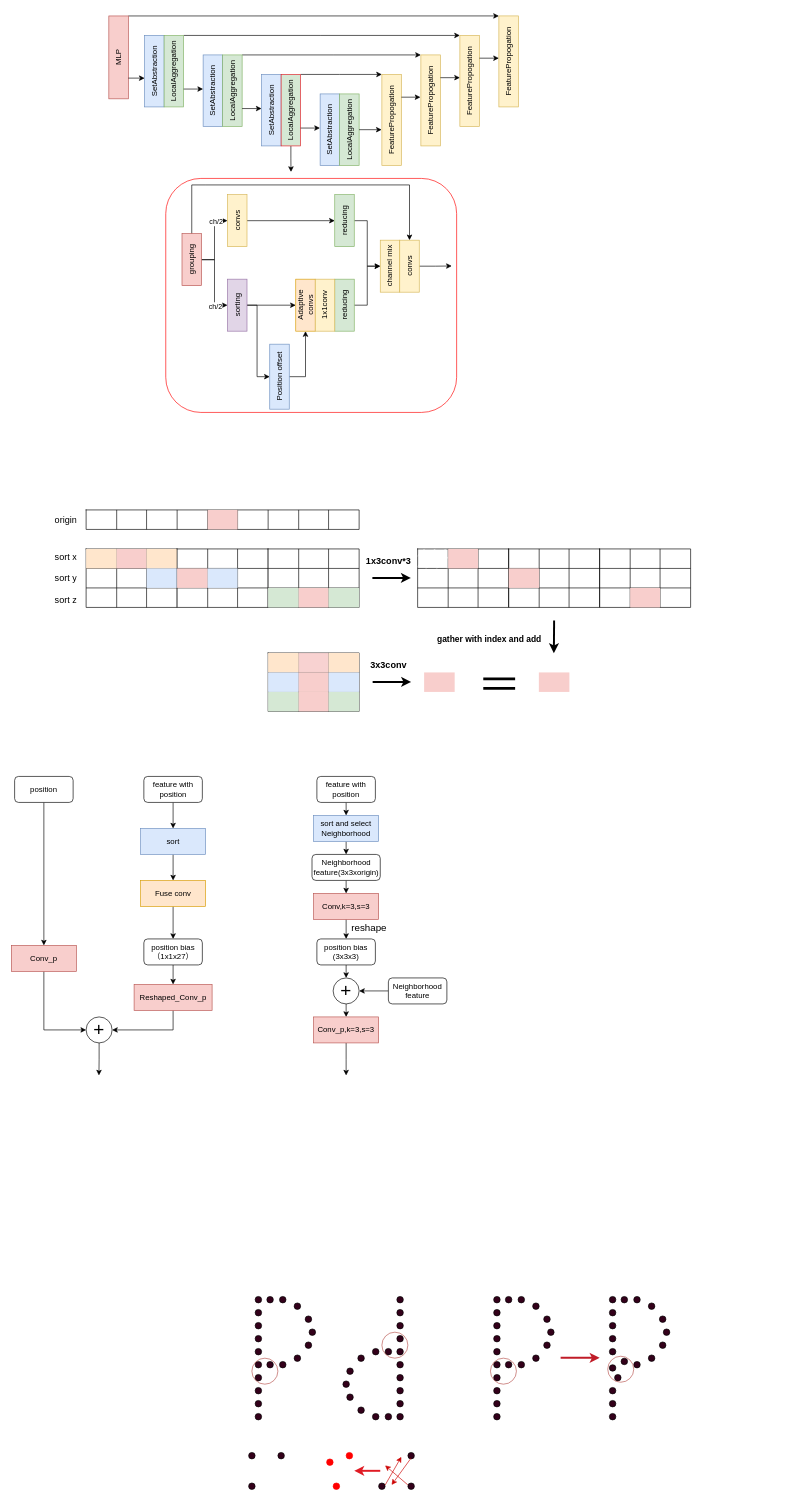
Earlier version of the draw.io diagram 未命名绘图.drawio (peajelly/test8). Source tidied: cells renumbered, new cells numbered last; positions are measured from the earlier drawing's top-left corner, leaving out a move shared by most shapes. Both pictures are drawn from the tidied source at 65%, with x=0, y=0 at pixel (11, 16).
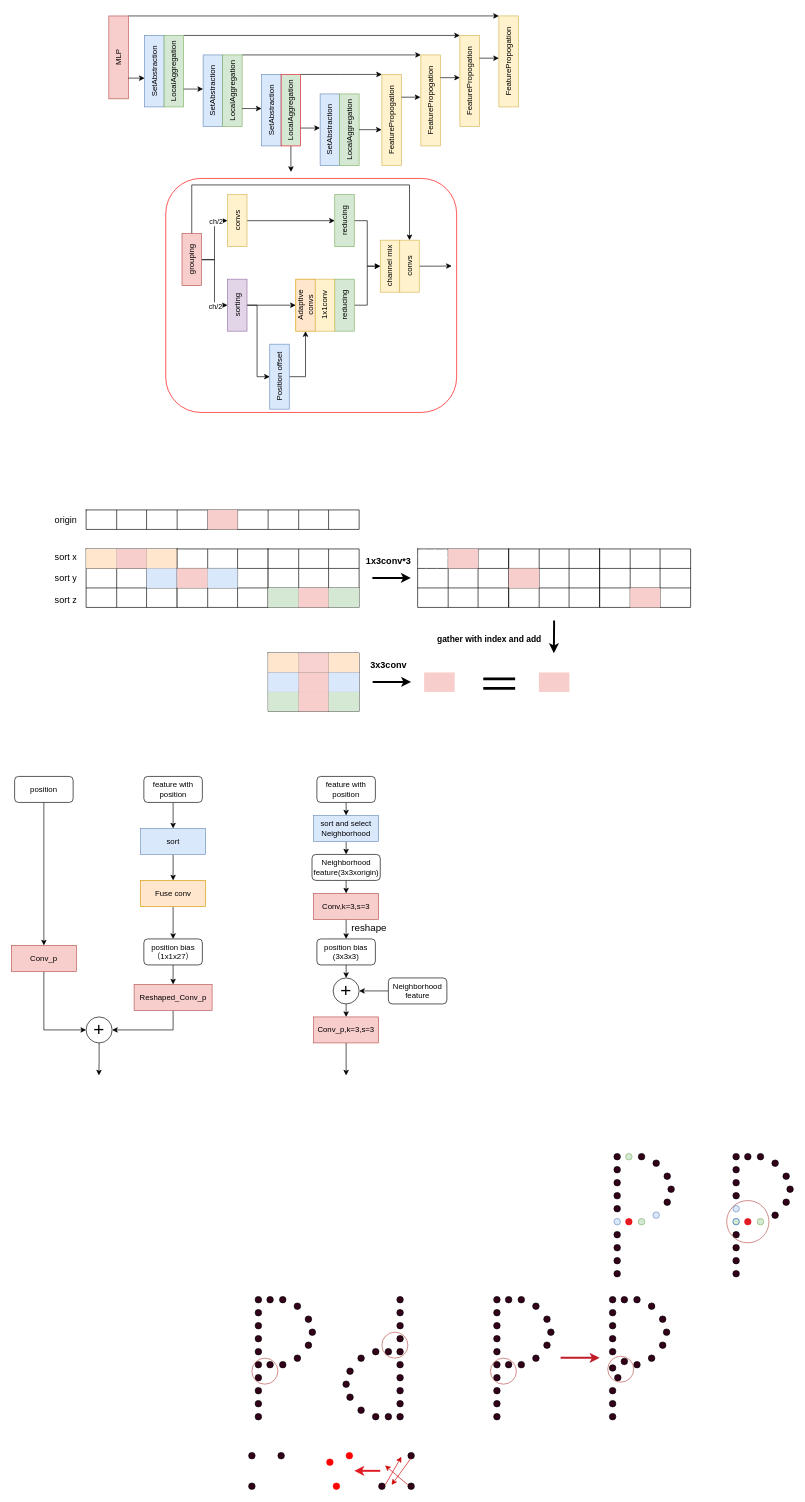
After the change.

Commit message:
更新未命名绘图.drawio

Change to the diagram source:
```diff
@@
+    <mxCell id="296" style="ellipse;whiteSpace=wrap;html=1;fillColor=#33001A;" parent="1" vertex="1">
+      <mxGeometry x="1110" y="1750" width="10" height="10" as="geometry" />
+    </mxCell>
+    <mxCell id="297" style="ellipse;whiteSpace=wrap;html=1;fillColor=#33001A;" parent="1" vertex="1">
+      <mxGeometry x="1110" y="1770" width="10" height="10" as="geometry" />
+    </mxCell>
+    <mxCell id="298" style="ellipse;whiteSpace=wrap;html=1;fillColor=#33001A;" parent="1" vertex="1">
+      <mxGeometry x="1110" y="1790" width="10" height="10" as="geometry" />
+    </mxCell>
+    <mxCell id="299" style="ellipse;whiteSpace=wrap;html=1;fillColor=#33001A;" parent="1" vertex="1">
+      <mxGeometry x="1110" y="1810" width="10" height="10" as="geometry" />
+    </mxCell>
+    <mxCell id="300" style="ellipse;whiteSpace=wrap;html=1;fillColor=#dae8fc;strokeColor=#6c8ebf;" parent="1" vertex="1">
+      <mxGeometry x="1110" y="1830" width="10" height="10" as="geometry" />
+    </mxCell>
+    <mxCell id="301" style="ellipse;whiteSpace=wrap;html=1;fillColor=#d5e8d4;strokeColor=#1a5fb4;" parent="1" vertex="1">
+      <mxGeometry x="1110" y="1850" width="10" height="10" as="geometry" />
+    </mxCell>
+    <mxCell id="302" style="ellipse;whiteSpace=wrap;html=1;fillColor=#33001A;" parent="1" vertex="1">
+      <mxGeometry x="1110" y="1870" width="10" height="10" as="geometry" />
+    </mxCell>
+    <mxCell id="303" style="ellipse;whiteSpace=wrap;html=1;fillColor=#33001A;" parent="1" vertex="1">
+      <mxGeometry x="1110" y="1890" width="10" height="10" as="geometry" />
+    </mxCell>
+    <mxCell id="304" style="ellipse;whiteSpace=wrap;html=1;fillColor=#33001A;" parent="1" vertex="1">
+      <mxGeometry x="1110" y="1910" width="10" height="10" as="geometry" />
+    </mxCell>
+    <mxCell id="305" style="ellipse;whiteSpace=wrap;html=1;fillColor=#33001A;" parent="1" vertex="1">
+      <mxGeometry x="1147.5" y="1750" width="10" height="10" as="geometry" />
+    </mxCell>
+    <mxCell id="306" style="ellipse;whiteSpace=wrap;html=1;fillColor=#33001A;" parent="1" vertex="1">
+      <mxGeometry x="1170" y="1760" width="10" height="10" as="geometry" />
+    </mxCell>
+    <mxCell id="307" style="ellipse;whiteSpace=wrap;html=1;fillColor=#33001A;" parent="1" vertex="1">
+      <mxGeometry x="1187" y="1780" width="10" height="10" as="geometry" />
+    </mxCell>
+    <mxCell id="308" style="ellipse;whiteSpace=wrap;html=1;fillColor=#33001A;" parent="1" vertex="1">
+      <mxGeometry x="1193" y="1800" width="10" height="10" as="geometry" />
+    </mxCell>
+    <mxCell id="309" style="ellipse;whiteSpace=wrap;html=1;fillColor=#33001A;" parent="1" vertex="1">
+      <mxGeometry x="1187" y="1820" width="10" height="10" as="geometry" />
+    </mxCell>
+    <mxCell id="310" style="ellipse;whiteSpace=wrap;html=1;fillColor=#33001A;" parent="1" vertex="1">
+      <mxGeometry x="1170" y="1840" width="10" height="10" as="geometry" />
+    </mxCell>
+    <mxCell id="311" style="ellipse;whiteSpace=wrap;html=1;fillColor=#d5e8d4;strokeColor=#82b366;" parent="1" vertex="1">
+      <mxGeometry x="1147.5" y="1850" width="10" height="10" as="geometry" />
+    </mxCell>
+    <mxCell id="312" style="ellipse;whiteSpace=wrap;html=1;fillColor=#33001A;" parent="1" vertex="1">
+      <mxGeometry x="1110" y="1930" width="10" height="10" as="geometry" />
+    </mxCell>
+    <mxCell id="313" style="ellipse;whiteSpace=wrap;html=1;fillColor=#e01b24;strokeColor=#e01b24;" parent="1" vertex="1">
+      <mxGeometry x="1128" y="1850" width="10" height="10" as="geometry" />
+    </mxCell>
+    <mxCell id="314" style="ellipse;whiteSpace=wrap;html=1;fillColor=#33001A;" parent="1" vertex="1">
+      <mxGeometry x="1128" y="1750" width="10" height="10" as="geometry" />
+    </mxCell>
+    <mxCell id="315" style="ellipse;whiteSpace=wrap;html=1;fillColor=none;strokeColor=#b85450;" parent="1" vertex="1">
+      <mxGeometry x="1100.5" y="1822.5" width="65" height="65" as="geometry" />
+    </mxCell>
+    <mxCell id="316" style="ellipse;whiteSpace=wrap;html=1;fillColor=#33001A;" parent="1" vertex="1">
+      <mxGeometry x="927" y="1750" width="10" height="10" as="geometry" />
+    </mxCell>
+    <mxCell id="317" style="ellipse;whiteSpace=wrap;html=1;fillColor=#33001A;" parent="1" vertex="1">
+      <mxGeometry x="927" y="1770" width="10" height="10" as="geometry" />
+    </mxCell>
+    <mxCell id="318" style="ellipse;whiteSpace=wrap;html=1;fillColor=#33001A;" parent="1" vertex="1">
+      <mxGeometry x="927" y="1790" width="10" height="10" as="geometry" />
+    </mxCell>
+    <mxCell id="319" style="ellipse;whiteSpace=wrap;html=1;fillColor=#33001A;" parent="1" vertex="1">
+      <mxGeometry x="927" y="1810" width="10" height="10" as="geometry" />
+    </mxCell>
+    <mxCell id="320" style="ellipse;whiteSpace=wrap;html=1;fillColor=#33001A;" parent="1" vertex="1">
+      <mxGeometry x="927" y="1830" width="10" height="10" as="geometry" />
+    </mxCell>
+    <mxCell id="321" style="ellipse;whiteSpace=wrap;html=1;fillColor=#dae8fc;strokeColor=#6c8ebf;" parent="1" vertex="1">
+      <mxGeometry x="927" y="1850" width="10" height="10" as="geometry" />
+    </mxCell>
+    <mxCell id="322" style="ellipse;whiteSpace=wrap;html=1;fillColor=#33001A;" parent="1" vertex="1">
+      <mxGeometry x="927" y="1870" width="10" height="10" as="geometry" />
+    </mxCell>
+    <mxCell id="323" style="ellipse;whiteSpace=wrap;html=1;fillColor=#33001A;" parent="1" vertex="1">
+      <mxGeometry x="927" y="1890" width="10" height="10" as="geometry" />
+    </mxCell>
+    <mxCell id="324" style="ellipse;whiteSpace=wrap;html=1;fillColor=#33001A;" parent="1" vertex="1">
+      <mxGeometry x="927" y="1910" width="10" height="10" as="geometry" />
+    </mxCell>
+    <mxCell id="325" style="ellipse;whiteSpace=wrap;html=1;fillColor=#33001A;" parent="1" vertex="1">
+      <mxGeometry x="964.5" y="1750" width="10" height="10" as="geometry" />
+    </mxCell>
+    <mxCell id="326" style="ellipse;whiteSpace=wrap;html=1;fillColor=#33001A;" parent="1" vertex="1">
+      <mxGeometry x="987" y="1760" width="10" height="10" as="geometry" />
+    </mxCell>
+    <mxCell id="327" style="ellipse;whiteSpace=wrap;html=1;fillColor=#33001A;" parent="1" vertex="1">
+      <mxGeometry x="1004" y="1780" width="10" height="10" as="geometry" />
+    </mxCell>
+    <mxCell id="328" style="ellipse;whiteSpace=wrap;html=1;fillColor=#33001A;" parent="1" vertex="1">
+      <mxGeometry x="1010" y="1800" width="10" height="10" as="geometry" />
+    </mxCell>
+    <mxCell id="329" style="ellipse;whiteSpace=wrap;html=1;fillColor=#33001A;" parent="1" vertex="1">
+      <mxGeometry x="1004" y="1820" width="10" height="10" as="geometry" />
+    </mxCell>
+    <mxCell id="330" style="ellipse;whiteSpace=wrap;html=1;fillColor=#dae8fc;strokeColor=#6c8ebf;" parent="1" vertex="1">
+      <mxGeometry x="987" y="1840" width="10" height="10" as="geometry" />
+    </mxCell>
+    <mxCell id="331" style="ellipse;whiteSpace=wrap;html=1;fillColor=#d5e8d4;strokeColor=#82b366;" parent="1" vertex="1">
+      <mxGeometry x="964.5" y="1850" width="10" height="10" as="geometry" />
+    </mxCell>
+    <mxCell id="332" style="ellipse;whiteSpace=wrap;html=1;fillColor=#33001A;" parent="1" vertex="1">
+      <mxGeometry x="927" y="1930" width="10" height="10" as="geometry" />
+    </mxCell>
+    <mxCell id="333" style="ellipse;whiteSpace=wrap;html=1;fillColor=#e01b24;strokeColor=#FF0000;" parent="1" vertex="1">
+      <mxGeometry x="945" y="1850" width="10" height="10" as="geometry" />
+    </mxCell>
+    <mxCell id="334" style="ellipse;whiteSpace=wrap;html=1;fillColor=#d5e8d4;strokeColor=#82b366;" parent="1" vertex="1">
+      <mxGeometry x="945" y="1750" width="10" height="10" as="geometry" />
+    </mxCell>
```
